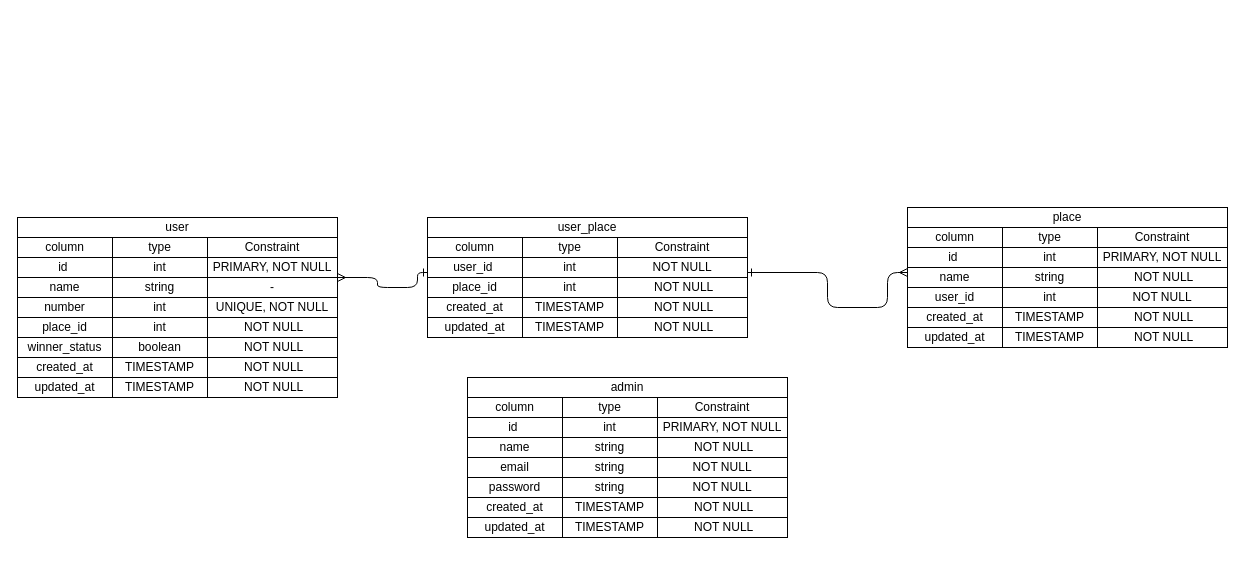
Before: lottery.drawio in NUTFes/lottery, a draw.io diagram. Source tidied: cells renumbered, new cells numbered last; positions are measured from the earlier drawing's top-left corner, leaving out a move shared by most shapes. Both pictures are drawn from the tidied source at 100%, with x=0, y=0 at pixel (17, 207).
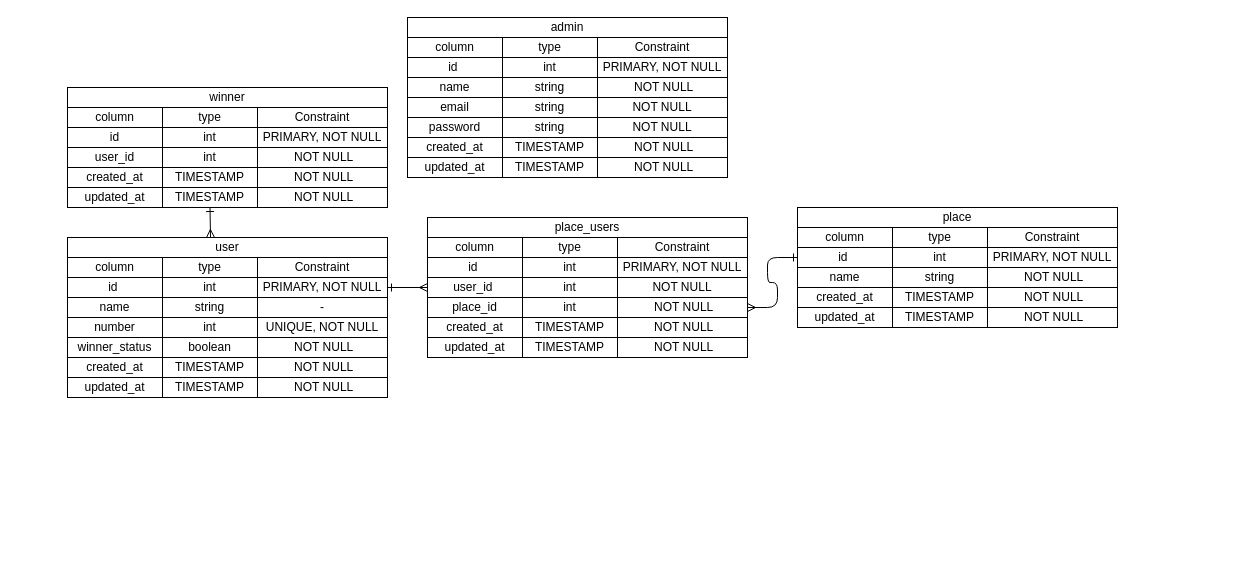
Above is the later version.

Commit message:
dev/issue213 ER図にwinnerテーブル追加

The change refers to these unchanged cells:
```xml
<mxCell id="3" style="group;" parent="2" vertex="1">
  <mxGeometry y="20" width="320" height="160" as="geometry" />
</mxCell>
<mxCell id="29" value="PRIMARY, NOT NULL" style="whiteSpace=wrap;html=1;" parent="2" vertex="1">
  <mxGeometry x="190" y="40" width="130" height="20" as="geometry" />
</mxCell>
<mxCell id="31" style="group;" parent="1" vertex="1">
  <mxGeometry x="890" width="320" height="180" as="geometry" />
</mxCell>
<mxCell id="32" style="group;" parent="31" vertex="1">
  <mxGeometry y="20" width="320" height="160" as="geometry" />
</mxCell>
<mxCell id="35" style="group;" parent="34" vertex="1">
  <mxGeometry width="320" height="120" as="geometry" />
</mxCell>
<mxCell id="36" value="id&amp;nbsp;" style="whiteSpace=wrap;html=1;" parent="35" vertex="1">
  <mxGeometry y="20" width="95" height="20" as="geometry" />
</mxCell>
<mxCell id="41" style="group;" parent="35" vertex="1">
  <mxGeometry x="95" width="225" height="120" as="geometry" />
</mxCell>
<mxCell id="57" style="group;" parent="56" vertex="1">
  <mxGeometry y="20" width="320" height="170" as="geometry" />
</mxCell>
```

Change to the diagram source:
```diff
@@
     <mxCell id="2" style="group;" parent="1" vertex="1">
-      <mxGeometry y="10" width="320" height="180" as="geometry" />
+      <mxGeometry x="50" y="30" width="320" height="180" as="geometry" />
     </mxCell>
@@
     <mxCell id="4" style="group;" parent="3" vertex="1">
-      <mxGeometry width="320" height="120" as="geometry" />
+      <mxGeometry width="320" height="140" as="geometry" />
     </mxCell>
     <mxCell id="5" style="group;" parent="4" vertex="1">
-      <mxGeometry width="320" height="120" as="geometry" />
+      <mxGeometry width="320" height="140" as="geometry" />
     </mxCell>
@@
-    <mxCell id="14" value="number" style="whiteSpace=wrap;html=1;" parent="3" vertex="1">
-      <mxGeometry y="60" width="95" height="20" as="geometry" />
-    </mxCell>
-    <mxCell id="15" value="int" style="whiteSpace=wrap;html=1;" parent="3" vertex="1">
-      <mxGeometry x="95" y="60" width="95" height="20" as="geometry" />
-    </mxCell>
-    <mxCell id="16" value="UNIQUE, NOT NULL" style="whiteSpace=wrap;html=1;" parent="3" vertex="1">
-      <mxGeometry x="190" y="60" width="130" height="20" as="geometry" />
-    </mxCell>
-    <mxCell id="17" value="place_id" style="whiteSpace=wrap;html=1;" parent="3" vertex="1">
-      <mxGeometry y="80" width="95" height="20" as="geometry" />
-    </mxCell>
-    <mxCell id="18" value="winner_status" style="whiteSpace=wrap;html=1;" parent="3" vertex="1">
-      <mxGeometry y="100" width="95" height="20" as="geometry" />
+    <mxCell id="18" value="winner_status" style="whiteSpace=wrap;html=1;" parent="5" vertex="1">
+      <mxGeometry y="80" width="95" height="20" as="geometry" />
     </mxCell>
-    <mxCell id="19" value="boolean" style="whiteSpace=wrap;html=1;" parent="3" vertex="1">
-      <mxGeometry x="95" y="100" width="95" height="20" as="geometry" />
+    <mxCell id="19" value="boolean" style="whiteSpace=wrap;html=1;" parent="5" vertex="1">
+      <mxGeometry x="95" y="80" width="95" height="20" as="geometry" />
     </mxCell>
-    <mxCell id="20" value="&amp;nbsp;NOT NULL" style="whiteSpace=wrap;html=1;" parent="3" vertex="1">
-      <mxGeometry x="190" y="80" width="130" height="20" as="geometry" />
-    </mxCell>
-    <mxCell id="21" value="&amp;nbsp;NOT NULL" style="whiteSpace=wrap;html=1;" parent="3" vertex="1">
-      <mxGeometry x="190" y="120" width="130" height="20" as="geometry" />
+    <mxCell id="21" value="&amp;nbsp;NOT NULL" style="whiteSpace=wrap;html=1;" parent="5" vertex="1">
+      <mxGeometry x="190" y="100" width="130" height="20" as="geometry" />
     </mxCell>
-    <mxCell id="22" value="int" style="whiteSpace=wrap;html=1;" parent="3" vertex="1">
-      <mxGeometry x="95" y="80" width="95" height="20" as="geometry" />
-    </mxCell>
-    <mxCell id="23" value="created_at" style="whiteSpace=wrap;html=1;" parent="3" vertex="1">
-      <mxGeometry y="120" width="95" height="20" as="geometry" />
+    <mxCell id="23" value="created_at" style="whiteSpace=wrap;html=1;" parent="5" vertex="1">
+      <mxGeometry y="100" width="95" height="20" as="geometry" />
     </mxCell>
-    <mxCell id="24" value="TIMESTAMP" style="whiteSpace=wrap;html=1;" parent="3" vertex="1">
-      <mxGeometry x="95" y="120" width="95" height="20" as="geometry" />
+    <mxCell id="24" value="TIMESTAMP" style="whiteSpace=wrap;html=1;" parent="5" vertex="1">
+      <mxGeometry x="95" y="100" width="95" height="20" as="geometry" />
     </mxCell>
-    <mxCell id="25" value="updated_at" style="whiteSpace=wrap;html=1;" parent="3" vertex="1">
-      <mxGeometry y="140" width="95" height="20" as="geometry" />
+    <mxCell id="25" value="updated_at" style="whiteSpace=wrap;html=1;" parent="5" vertex="1">
+      <mxGeometry y="120" width="95" height="20" as="geometry" />
     </mxCell>
-    <mxCell id="26" value="&lt;span&gt;TIMESTAMP&lt;/span&gt;" style="whiteSpace=wrap;html=1;" parent="3" vertex="1">
-      <mxGeometry x="95" y="140" width="95" height="20" as="geometry" />
+    <mxCell id="26" value="&lt;span&gt;TIMESTAMP&lt;/span&gt;" style="whiteSpace=wrap;html=1;" parent="5" vertex="1">
+      <mxGeometry x="95" y="120" width="95" height="20" as="geometry" />
     </mxCell>
-    <mxCell id="27" value="&amp;nbsp;NOT NULL" style="whiteSpace=wrap;html=1;" parent="3" vertex="1">
-      <mxGeometry x="190" y="100" width="130" height="20" as="geometry" />
+    <mxCell id="27" value="&amp;nbsp;NOT NULL" style="whiteSpace=wrap;html=1;" parent="5" vertex="1">
+      <mxGeometry x="190" y="80" width="130" height="20" as="geometry" />
     </mxCell>
-    <mxCell id="28" value="&amp;nbsp;NOT NULL" style="whiteSpace=wrap;html=1;" parent="3" vertex="1">
-      <mxGeometry x="190" y="140" width="130" height="20" as="geometry" />
+    <mxCell id="28" value="&amp;nbsp;NOT NULL" style="whiteSpace=wrap;html=1;" parent="5" vertex="1">
+      <mxGeometry x="190" y="120" width="130" height="20" as="geometry" />
     </mxCell>
+    <mxCell id="14" value="number" style="whiteSpace=wrap;html=1;" parent="3" vertex="1">
+      <mxGeometry y="60" width="95" height="20" as="geometry" />
+    </mxCell>
+    <mxCell id="15" value="int" style="whiteSpace=wrap;html=1;" parent="3" vertex="1">
+      <mxGeometry x="95" y="60" width="95" height="20" as="geometry" />
+    </mxCell>
+    <mxCell id="16" value="UNIQUE, NOT NULL" style="whiteSpace=wrap;html=1;" parent="3" vertex="1">
+      <mxGeometry x="190" y="60" width="130" height="20" as="geometry" />
+    </mxCell>
@@
     <mxCell id="33" style="group;" parent="32" vertex="1">
-      <mxGeometry width="320" height="120" as="geometry" />
+      <mxGeometry x="-110" width="320" height="120" as="geometry" />
     </mxCell>
@@
     <mxCell id="39" value="created_at" style="whiteSpace=wrap;html=1;" parent="35" vertex="1">
-      <mxGeometry y="80" width="95" height="20" as="geometry" />
+      <mxGeometry y="60" width="95" height="20" as="geometry" />
     </mxCell>
     <mxCell id="40" value="updated_at" style="whiteSpace=wrap;html=1;" parent="35" vertex="1">
-      <mxGeometry y="100" width="95" height="20" as="geometry" />
+      <mxGeometry y="80" width="95" height="20" as="geometry" />
     </mxCell>
@@
     <mxCell id="47" value="&amp;nbsp;NOT NULL" style="whiteSpace=wrap;html=1;" parent="41" vertex="1">
-      <mxGeometry x="95" y="80" width="130" height="20" as="geometry" />
+      <mxGeometry x="95" y="60" width="130" height="20" as="geometry" />
     </mxCell>
     <mxCell id="48" value="TIMESTAMP" style="whiteSpace=wrap;html=1;" parent="41" vertex="1">
-      <mxGeometry y="80" width="95" height="20" as="geometry" />
+      <mxGeometry y="60" width="95" height="20" as="geometry" />
     </mxCell>
     <mxCell id="49" value="&lt;span&gt;TIMESTAMP&lt;/span&gt;" style="whiteSpace=wrap;html=1;" parent="41" vertex="1">
-      <mxGeometry y="100" width="95" height="20" as="geometry" />
+      <mxGeometry y="80" width="95" height="20" as="geometry" />
     </mxCell>
     <mxCell id="50" value="&amp;nbsp;NOT NULL" style="whiteSpace=wrap;html=1;" parent="41" vertex="1">
-      <mxGeometry x="95" y="100" width="130" height="20" as="geometry" />
+      <mxGeometry x="95" y="80" width="130" height="20" as="geometry" />
     </mxCell>
-    <mxCell id="51" value="user_id" style="whiteSpace=wrap;html=1;" parent="33" vertex="1">
-      <mxGeometry y="60" width="95" height="20" as="geometry" />
-    </mxCell>
-    <mxCell id="52" value="int" style="whiteSpace=wrap;html=1;" parent="33" vertex="1">
-      <mxGeometry x="95" y="60" width="95" height="20" as="geometry" />
-    </mxCell>
-    <mxCell id="53" value="NOT NULL" style="whiteSpace=wrap;html=1;" parent="33" vertex="1">
-      <mxGeometry x="190" y="60" width="130" height="20" as="geometry" />
-    </mxCell>
-    <mxCell id="54" value="PRIMARY, NOT NULL" style="whiteSpace=wrap;html=1;" parent="31" vertex="1">
-      <mxGeometry x="190" y="40" width="130" height="20" as="geometry" />
+    <mxCell id="54" value="PRIMARY, NOT NULL" style="whiteSpace=wrap;html=1;" parent="32" vertex="1">
+      <mxGeometry x="80" y="20" width="130" height="20" as="geometry" />
     </mxCell>
-    <mxCell id="55" value="place" style="whiteSpace=wrap;html=1;" parent="31" vertex="1">
-      <mxGeometry width="320" height="20" as="geometry" />
+    <mxCell id="55" value="place" style="whiteSpace=wrap;html=1;" parent="32" vertex="1">
+      <mxGeometry x="-110" y="-20" width="320" height="20" as="geometry" />
     </mxCell>
     <mxCell id="56" style="group;" parent="1" vertex="1">
-      <mxGeometry x="450" y="170" width="320" height="190" as="geometry" />
+      <mxGeometry x="390" y="-190" width="320" height="190" as="geometry" />
     </mxCell>
@@
+    <mxCell id="106" style="group;" parent="57" vertex="1">
+      <mxGeometry width="320" height="140" as="geometry" />
+    </mxCell>
-    <mxCell id="58" style="group;" parent="57" vertex="1">
+    <mxCell id="58" style="group;" parent="106" vertex="1">
       <mxGeometry width="320" height="140" as="geometry" />
     </mxCell>
@@
-    <mxCell id="77" value="email" style="whiteSpace=wrap;html=1;" parent="57" vertex="1">
+    <mxCell id="77" value="email" style="whiteSpace=wrap;html=1;" parent="106" vertex="1">
       <mxGeometry y="60" width="95" height="20" as="geometry" />
     </mxCell>
-    <mxCell id="78" value="string" style="whiteSpace=wrap;html=1;" parent="57" vertex="1">
+    <mxCell id="78" value="string" style="whiteSpace=wrap;html=1;" parent="106" vertex="1">
       <mxGeometry x="95" y="60" width="95" height="20" as="geometry" />
     </mxCell>
-    <mxCell id="79" value="NOT NULL" style="whiteSpace=wrap;html=1;" parent="57" vertex="1">
+    <mxCell id="79" value="NOT NULL" style="whiteSpace=wrap;html=1;" parent="106" vertex="1">
       <mxGeometry x="190" y="60" width="130" height="20" as="geometry" />
     </mxCell>
@@
     <mxCell id="82" style="group;" parent="1" vertex="1">
-      <mxGeometry x="410" y="10" width="320" height="180" as="geometry" />
+      <mxGeometry x="410" y="10" width="325" height="180" as="geometry" />
     </mxCell>
     <mxCell id="83" style="group;" parent="82" vertex="1">
-      <mxGeometry y="20" width="320" height="160" as="geometry" />
+      <mxGeometry y="20" width="325" height="160" as="geometry" />
     </mxCell>
     <mxCell id="84" style="group;" parent="83" vertex="1">
-      <mxGeometry width="320" height="120" as="geometry" />
+      <mxGeometry width="325" height="120" as="geometry" />
     </mxCell>
     <mxCell id="85" style="group;" parent="84" vertex="1">
-      <mxGeometry width="320" height="120" as="geometry" />
+      <mxGeometry width="325" height="120" as="geometry" />
     </mxCell>
     <mxCell id="86" style="group;" parent="85" vertex="1">
-      <mxGeometry width="320" height="120" as="geometry" />
+      <mxGeometry width="325" height="120" as="geometry" />
     </mxCell>
     <mxCell id="87" value="user_id&amp;nbsp;" style="whiteSpace=wrap;html=1;" parent="86" vertex="1">
-      <mxGeometry y="20" width="95" height="20" as="geometry" />
+      <mxGeometry y="40" width="95" height="20" as="geometry" />
     </mxCell>
     <mxCell id="88" value="place_id" style="whiteSpace=wrap;html=1;" parent="86" vertex="1">
-      <mxGeometry y="40" width="95" height="20" as="geometry" />
+      <mxGeometry y="60" width="95" height="20" as="geometry" />
     </mxCell>
@@
     <mxCell id="90" value="created_at" style="whiteSpace=wrap;html=1;" parent="86" vertex="1">
-      <mxGeometry y="60" width="95" height="20" as="geometry" />
+      <mxGeometry y="80" width="95" height="20" as="geometry" />
     </mxCell>
     <mxCell id="91" value="updated_at" style="whiteSpace=wrap;html=1;" parent="86" vertex="1">
-      <mxGeometry y="80" width="95" height="20" as="geometry" />
+      <mxGeometry y="100" width="95" height="20" as="geometry" />
     </mxCell>
     <mxCell id="92" style="group;" parent="86" vertex="1">
-      <mxGeometry x="95" width="225" height="120" as="geometry" />
+      <mxGeometry x="95" width="230" height="120" as="geometry" />
     </mxCell>
     <mxCell id="93" value="int" style="whiteSpace=wrap;html=1;" parent="92" vertex="1">
-      <mxGeometry y="40" width="95" height="20" as="geometry" />
+      <mxGeometry y="60" width="95" height="20" as="geometry" />
     </mxCell>
@@
     <mxCell id="95" value="&amp;nbsp;NOT NULL" style="whiteSpace=wrap;html=1;" parent="92" vertex="1">
-      <mxGeometry x="95" y="40" width="130" height="20" as="geometry" />
+      <mxGeometry x="95" y="60" width="130" height="20" as="geometry" />
     </mxCell>
@@
     <mxCell id="98" value="&amp;nbsp;NOT NULL" style="whiteSpace=wrap;html=1;" parent="92" vertex="1">
-      <mxGeometry x="95" y="60" width="130" height="20" as="geometry" />
+      <mxGeometry x="95" y="80" width="130" height="20" as="geometry" />
     </mxCell>
     <mxCell id="99" value="TIMESTAMP" style="whiteSpace=wrap;html=1;" parent="92" vertex="1">
-      <mxGeometry y="60" width="95" height="20" as="geometry" />
+      <mxGeometry y="80" width="95" height="20" as="geometry" />
     </mxCell>
     <mxCell id="100" value="&lt;span&gt;TIMESTAMP&lt;/span&gt;" style="whiteSpace=wrap;html=1;" parent="92" vertex="1">
-      <mxGeometry y="80" width="95" height="20" as="geometry" />
+      <mxGeometry y="100" width="95" height="20" as="geometry" />
     </mxCell>
     <mxCell id="101" value="&amp;nbsp;NOT NULL" style="whiteSpace=wrap;html=1;" parent="92" vertex="1">
-      <mxGeometry x="95" y="80" width="130" height="20" as="geometry" />
+      <mxGeometry x="95" y="100" width="130" height="20" as="geometry" />
     </mxCell>
+    <mxCell id="107" value="int" style="whiteSpace=wrap;html=1;" parent="92" vertex="1">
+      <mxGeometry y="40" width="95" height="20" as="geometry" />
+    </mxCell>
+    <mxCell id="53" value="NOT NULL" style="whiteSpace=wrap;html=1;" parent="92" vertex="1">
+      <mxGeometry x="95" y="40" width="130" height="20" as="geometry" />
+    </mxCell>
+    <mxCell id="108" value="id&amp;nbsp;" style="whiteSpace=wrap;html=1;" parent="86" vertex="1">
+      <mxGeometry y="20" width="95" height="20" as="geometry" />
+    </mxCell>
-    <mxCell id="102" value="NOT NULL" style="whiteSpace=wrap;html=1;" parent="82" vertex="1">
+    <mxCell id="102" value="PRIMARY, NOT NULL" style="whiteSpace=wrap;html=1;" parent="82" vertex="1">
       <mxGeometry x="190" y="40" width="130" height="20" as="geometry" />
     </mxCell>
-    <mxCell id="103" value="user_place" style="whiteSpace=wrap;html=1;" parent="82" vertex="1">
+    <mxCell id="103" value="place_users" style="whiteSpace=wrap;html=1;" parent="82" vertex="1">
       <mxGeometry width="320" height="20" as="geometry" />
     </mxCell>
+    <mxCell id="109" value="id" style="whiteSpace=wrap;html=1;" parent="1" vertex="1">
+      <mxGeometry x="50" y="-80" width="95" height="20" as="geometry" />
+    </mxCell>
+    <mxCell id="51" value="user_id" style="whiteSpace=wrap;html=1;" parent="1" vertex="1">
+      <mxGeometry x="50" y="-60" width="95" height="20" as="geometry" />
+    </mxCell>
+    <mxCell id="110" value="column" style="whiteSpace=wrap;html=1;" parent="1" vertex="1">
+      <mxGeometry x="50" y="-100" width="95" height="20" as="geometry" />
+    </mxCell>
+    <mxCell id="111" value="created_at" style="whiteSpace=wrap;html=1;" parent="1" vertex="1">
+      <mxGeometry x="50" y="-40" width="95" height="20" as="geometry" />
+    </mxCell>
+    <mxCell id="112" value="updated_at" style="whiteSpace=wrap;html=1;" parent="1" vertex="1">
+      <mxGeometry x="50" y="-20" width="95" height="20" as="geometry" />
+    </mxCell>
+    <mxCell id="113" value="int" style="whiteSpace=wrap;html=1;" parent="1" vertex="1">
+      <mxGeometry x="145" y="-60" width="95" height="20" as="geometry" />
+    </mxCell>
+    <mxCell id="114" value="int" style="whiteSpace=wrap;html=1;" parent="1" vertex="1">
+      <mxGeometry x="145" y="-80" width="95" height="20" as="geometry" />
+    </mxCell>
+    <mxCell id="115" value="&amp;nbsp;NOT NULL" style="whiteSpace=wrap;html=1;" parent="1" vertex="1">
+      <mxGeometry x="240" y="-60" width="130" height="20" as="geometry" />
+    </mxCell>
+    <mxCell id="116" value="type" style="whiteSpace=wrap;html=1;" parent="1" vertex="1">
+      <mxGeometry x="145" y="-100" width="95" height="20" as="geometry" />
+    </mxCell>
+    <mxCell id="117" value="Constraint" style="whiteSpace=wrap;html=1;" parent="1" vertex="1">
+      <mxGeometry x="240" y="-100" width="130" height="20" as="geometry" />
+    </mxCell>
+    <mxCell id="118" value="&amp;nbsp;NOT NULL" style="whiteSpace=wrap;html=1;" parent="1" vertex="1">
+      <mxGeometry x="240" y="-40" width="130" height="20" as="geometry" />
+    </mxCell>
+    <mxCell id="119" value="TIMESTAMP" style="whiteSpace=wrap;html=1;" parent="1" vertex="1">
+      <mxGeometry x="145" y="-40" width="95" height="20" as="geometry" />
+    </mxCell>
+    <mxCell id="120" style="edgeStyle=none;html=1;exitX=0.5;exitY=1;exitDx=0;exitDy=0;startArrow=ERone;startFill=0;endArrow=ERmany;endFill=0;" parent="1" edge="1" source="121">
+      <mxGeometry relative="1" as="geometry">
+        <mxPoint x="193" y="30" as="targetPoint" />
+      </mxGeometry>
+    </mxCell>
+    <mxCell id="121" value="&lt;span&gt;TIMESTAMP&lt;/span&gt;" style="whiteSpace=wrap;html=1;" parent="1" vertex="1">
+      <mxGeometry x="145" y="-20" width="95" height="20" as="geometry" />
+    </mxCell>
+    <mxCell id="122" value="&amp;nbsp;NOT NULL" style="whiteSpace=wrap;html=1;" parent="1" vertex="1">
+      <mxGeometry x="240" y="-20" width="130" height="20" as="geometry" />
+    </mxCell>
+    <mxCell id="123" value="PRIMARY, NOT NULL" style="whiteSpace=wrap;html=1;" parent="1" vertex="1">
+      <mxGeometry x="240" y="-80" width="130" height="20" as="geometry" />
+    </mxCell>
+    <mxCell id="124" value="winner" style="whiteSpace=wrap;html=1;" parent="1" vertex="1">
+      <mxGeometry x="50" y="-120" width="320" height="20" as="geometry" />
+    </mxCell>
-    <mxCell id="104" style="edgeStyle=orthogonalEdgeStyle;html=1;exitX=1;exitY=1;exitDx=0;exitDy=0;entryX=0;entryY=0.75;entryDx=0;entryDy=0;endArrow=ERone;endFill=0;startArrow=ERmany;startFill=0;" parent="1" edge="1" source="29" target="87">
-      <mxGeometry relative="1" as="geometry">
-        <Array as="points">
-          <mxPoint x="360" y="80" />
-          <mxPoint x="400" y="80" />
-          <mxPoint x="400" y="65" />
-        </Array>
-      </mxGeometry>
+    <mxCell id="104" style="edgeStyle=none;html=1;exitX=1;exitY=0.5;exitDx=0;exitDy=0;entryX=0;entryY=0.5;entryDx=0;entryDy=0;startArrow=ERone;startFill=0;endArrow=ERmany;endFill=0;" parent="1" edge="1" source="29" target="87">
+      <mxGeometry relative="1" as="geometry" />
     </mxCell>
-    <mxCell id="105" style="edgeStyle=orthogonalEdgeStyle;html=1;exitX=1;exitY=0.75;exitDx=0;exitDy=0;startArrow=ERone;startFill=0;endArrow=ERmany;endFill=0;" parent="1" edge="1" source="102">
-      <mxGeometry relative="1" as="geometry">
-        <mxPoint x="890" y="65" as="targetPoint" />
-        <Array as="points">
-          <mxPoint x="810" y="65" />
-          <mxPoint x="810" y="100" />
-          <mxPoint x="870" y="100" />
-          <mxPoint x="870" y="65" />
-        </Array>
-      </mxGeometry>
-    </mxCell>
+    <mxCell id="125" style="edgeStyle=entityRelationEdgeStyle;html=1;entryX=0;entryY=0.5;entryDx=0;entryDy=0;startArrow=ERmany;startFill=0;endArrow=ERone;endFill=0;" parent="1" edge="1" target="36">
+      <mxGeometry relative="1" as="geometry">
+        <mxPoint x="730" y="100" as="sourcePoint" />
+      </mxGeometry>
+    </mxCell>
```
